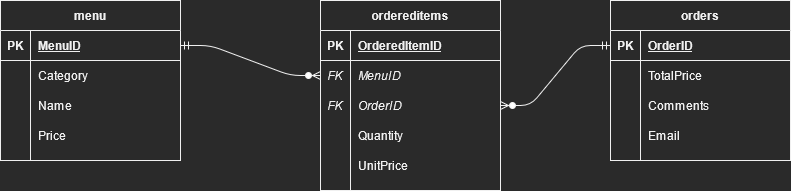
konradrydzak/PizzeriaAPP keeps this draw.io diagram as docs/PizzeriaAPP-ERD.png. Above is the earlier version. Source tidied: cells renumbered, new cells last; positions are measured from the earlier drawing's top-left corner, leaving out a move shared by most shapes. Source of this version:
```xml
<mxGraphModel>
  <root>
    <mxCell id="0" />
    <mxCell id="1" parent="0" />
    <mxCell id="2" value="menu" style="shape=table;startSize=30;rowLines=0;fontStyle=1;align=center;" parent="1" vertex="1">
      <mxGeometry width="180" height="160" as="geometry" />
    </mxCell>
    <mxCell id="3" style="shape=partialRectangle;fillColor=none;top=0;left=0;bottom=1;right=0;points=[[0,0.5],[1,0.5]];portConstraint=eastwest;" parent="2" vertex="1">
      <mxGeometry y="30" width="180" height="30" as="geometry" />
    </mxCell>
    <mxCell id="4" value="PK" style="shape=partialRectangle;fillColor=none;top=0;left=0;bottom=0;right=0;fontStyle=1;overflow=hidden;" parent="3" vertex="1">
      <mxGeometry width="30" height="30" as="geometry" />
    </mxCell>
    <mxCell id="5" value="MenuID" style="shape=partialRectangle;fillColor=none;top=0;left=0;bottom=0;right=0;align=left;spacingLeft=6;fontStyle=5;overflow=hidden;" parent="3" vertex="1">
      <mxGeometry x="30" width="150" height="30" as="geometry" />
    </mxCell>
    <mxCell id="6" style="shape=partialRectangle;fillColor=none;top=0;left=0;bottom=0;right=0;" parent="2" vertex="1">
      <mxGeometry y="60" width="180" height="30" as="geometry" />
    </mxCell>
    <mxCell id="7" style="shape=partialRectangle;fillColor=none;top=0;left=0;bottom=0;right=0;overflow=hidden;" parent="6" vertex="1">
      <mxGeometry width="30" height="30" as="geometry" />
    </mxCell>
    <mxCell id="8" value="Category" style="shape=partialRectangle;fillColor=none;top=0;left=0;bottom=0;right=0;align=left;spacingLeft=6;overflow=hidden;" parent="6" vertex="1">
      <mxGeometry x="30" width="150" height="30" as="geometry" />
    </mxCell>
    <mxCell id="9" style="shape=partialRectangle;fillColor=none;top=0;left=0;bottom=0;right=0;" parent="2" vertex="1">
      <mxGeometry y="90" width="180" height="30" as="geometry" />
    </mxCell>
    <mxCell id="10" style="shape=partialRectangle;fillColor=none;top=0;left=0;bottom=0;right=0;overflow=hidden;" parent="9" vertex="1">
      <mxGeometry width="30" height="30" as="geometry" />
    </mxCell>
    <mxCell id="11" value="Name" style="shape=partialRectangle;fillColor=none;top=0;left=0;bottom=0;right=0;align=left;spacingLeft=6;overflow=hidden;" parent="9" vertex="1">
      <mxGeometry x="30" width="150" height="30" as="geometry" />
    </mxCell>
    <mxCell id="12" style="shape=partialRectangle;fillColor=none;top=0;left=0;bottom=0;right=0;" parent="2" vertex="1">
      <mxGeometry y="120" width="180" height="30" as="geometry" />
    </mxCell>
    <mxCell id="13" style="shape=partialRectangle;fillColor=none;top=0;left=0;bottom=0;right=0;overflow=hidden;" parent="12" vertex="1">
      <mxGeometry width="30" height="30" as="geometry" />
    </mxCell>
    <mxCell id="14" value="Price" style="shape=partialRectangle;fillColor=none;top=0;left=0;bottom=0;right=0;align=left;spacingLeft=6;overflow=hidden;" parent="12" vertex="1">
      <mxGeometry x="30" width="150" height="30" as="geometry" />
    </mxCell>
    <mxCell id="15" value="orders" style="shape=table;startSize=30;rowLines=0;fontStyle=1;align=center;" parent="1" vertex="1">
      <mxGeometry x="610" width="180" height="160" as="geometry" />
    </mxCell>
    <mxCell id="16" style="shape=partialRectangle;fillColor=none;top=0;left=0;bottom=1;right=0;points=[[0,0.5],[1,0.5]];portConstraint=eastwest;" parent="15" vertex="1">
      <mxGeometry y="30" width="180" height="30" as="geometry" />
    </mxCell>
    <mxCell id="17" value="PK" style="shape=partialRectangle;fillColor=none;top=0;left=0;bottom=0;right=0;fontStyle=1;overflow=hidden;" parent="16" vertex="1">
      <mxGeometry width="30" height="30" as="geometry" />
    </mxCell>
    <mxCell id="18" value="OrderID" style="shape=partialRectangle;fillColor=none;top=0;left=0;bottom=0;right=0;align=left;spacingLeft=6;fontStyle=5;overflow=hidden;" parent="16" vertex="1">
      <mxGeometry x="30" width="150" height="30" as="geometry" />
    </mxCell>
    <mxCell id="19" style="shape=partialRectangle;fillColor=none;top=0;left=0;bottom=0;right=0;" parent="15" vertex="1">
      <mxGeometry y="60" width="180" height="30" as="geometry" />
    </mxCell>
    <mxCell id="20" style="shape=partialRectangle;fillColor=none;top=0;left=0;bottom=0;right=0;overflow=hidden;" parent="19" vertex="1">
      <mxGeometry width="30" height="30" as="geometry" />
    </mxCell>
    <mxCell id="21" value="TotalPrice" style="shape=partialRectangle;fillColor=none;top=0;left=0;bottom=0;right=0;align=left;spacingLeft=6;overflow=hidden;" parent="19" vertex="1">
      <mxGeometry x="30" width="150" height="30" as="geometry" />
    </mxCell>
    <mxCell id="22" style="shape=partialRectangle;fillColor=none;top=0;left=0;bottom=0;right=0;" parent="15" vertex="1">
      <mxGeometry y="90" width="180" height="30" as="geometry" />
    </mxCell>
    <mxCell id="23" style="shape=partialRectangle;fillColor=none;top=0;left=0;bottom=0;right=0;overflow=hidden;" parent="22" vertex="1">
      <mxGeometry width="30" height="30" as="geometry" />
    </mxCell>
    <mxCell id="24" value="Comments" style="shape=partialRectangle;fillColor=none;top=0;left=0;bottom=0;right=0;align=left;spacingLeft=6;overflow=hidden;" parent="22" vertex="1">
      <mxGeometry x="30" width="150" height="30" as="geometry" />
    </mxCell>
    <mxCell id="25" style="shape=partialRectangle;fillColor=none;top=0;left=0;bottom=0;right=0;" parent="15" vertex="1">
      <mxGeometry y="120" width="180" height="30" as="geometry" />
    </mxCell>
    <mxCell id="26" style="shape=partialRectangle;fillColor=none;top=0;left=0;bottom=0;right=0;overflow=hidden;" parent="25" vertex="1">
      <mxGeometry width="30" height="30" as="geometry" />
    </mxCell>
    <mxCell id="27" value="Email" style="shape=partialRectangle;fillColor=none;top=0;left=0;bottom=0;right=0;align=left;spacingLeft=6;overflow=hidden;" parent="25" vertex="1">
      <mxGeometry x="30" width="150" height="30" as="geometry" />
    </mxCell>
    <mxCell id="28" style="edgeStyle=entityRelationEdgeStyle;fontSize=12;html=1;endArrow=ERzeroToMany;startArrow=ERmandOne;exitX=1;exitY=0.5;exitDx=0;exitDy=0;" parent="1" edge="1" source="3" target="34">
      <mxGeometry relative="1" as="geometry" />
    </mxCell>
    <mxCell id="29" style="edgeStyle=entityRelationEdgeStyle;fontSize=12;html=1;endArrow=ERmandOne;startArrow=ERzeroToMany;startFill=1;endFill=0;entryX=0;entryY=0.5;entryDx=0;entryDy=0;" parent="1" edge="1" source="37" target="16">
      <mxGeometry relative="1" as="geometry" />
    </mxCell>
    <mxCell id="30" value="ordereditems" style="shape=table;startSize=30;rowLines=0;fontStyle=1;align=center;" parent="1" vertex="1">
      <mxGeometry x="320" width="180" height="190" as="geometry" />
    </mxCell>
    <mxCell id="31" style="shape=partialRectangle;fillColor=none;top=0;left=0;bottom=0;right=0;" parent="30" vertex="1">
      <mxGeometry y="30" width="180" height="30" as="geometry" />
    </mxCell>
    <mxCell id="32" value="PK" style="shape=partialRectangle;fillColor=none;top=0;left=0;bottom=1;right=0;overflow=hidden;fontStyle=1;" parent="31" vertex="1">
      <mxGeometry width="30" height="30" as="geometry" />
    </mxCell>
    <mxCell id="33" value="OrderedItemID" style="shape=partialRectangle;fillColor=none;top=0;left=0;bottom=1;right=0;align=left;spacingLeft=6;overflow=hidden;fontStyle=5;" parent="31" vertex="1">
      <mxGeometry x="30" width="150" height="30" as="geometry" />
    </mxCell>
    <mxCell id="34" style="shape=partialRectangle;fillColor=none;top=0;left=0;bottom=0;right=0;points=[[0,0.5],[1,0.5]];portConstraint=eastwest;" parent="30" vertex="1">
      <mxGeometry y="60" width="180" height="30" as="geometry" />
    </mxCell>
    <mxCell id="35" value="FK" style="shape=partialRectangle;fillColor=none;top=0;left=0;bottom=0;right=0;overflow=hidden;fontStyle=2;" parent="34" vertex="1">
      <mxGeometry width="30" height="30" as="geometry" />
    </mxCell>
    <mxCell id="36" value="MenuID" style="shape=partialRectangle;fillColor=none;top=0;left=0;bottom=0;right=0;align=left;spacingLeft=6;overflow=hidden;fontStyle=2;" parent="34" vertex="1">
      <mxGeometry x="30" width="150" height="30" as="geometry" />
    </mxCell>
    <mxCell id="37" style="shape=partialRectangle;fillColor=none;top=0;left=0;bottom=0;right=0;points=[[0,0.5],[1,0.5]];portConstraint=eastwest;" parent="30" vertex="1">
      <mxGeometry y="90" width="180" height="30" as="geometry" />
    </mxCell>
    <mxCell id="38" value="FK" style="shape=partialRectangle;fillColor=none;top=0;left=0;bottom=0;right=0;overflow=hidden;fontStyle=2;" parent="37" vertex="1">
      <mxGeometry width="30" height="30" as="geometry" />
    </mxCell>
    <mxCell id="39" value="OrderID" style="shape=partialRectangle;fillColor=none;top=0;left=0;bottom=0;right=0;align=left;spacingLeft=6;overflow=hidden;fontStyle=2;" parent="37" vertex="1">
      <mxGeometry x="30" width="150" height="30" as="geometry" />
    </mxCell>
    <mxCell id="40" style="shape=partialRectangle;fillColor=none;top=0;left=0;bottom=0;right=0;" parent="30" vertex="1">
      <mxGeometry y="120" width="180" height="30" as="geometry" />
    </mxCell>
    <mxCell id="41" style="shape=partialRectangle;fillColor=none;top=0;left=0;bottom=0;right=0;overflow=hidden;" parent="40" vertex="1">
      <mxGeometry width="30" height="30" as="geometry" />
    </mxCell>
    <mxCell id="42" value="Quantity" style="shape=partialRectangle;fillColor=none;top=0;left=0;bottom=0;right=0;align=left;spacingLeft=6;overflow=hidden;" parent="40" vertex="1">
      <mxGeometry x="30" width="150" height="30" as="geometry" />
    </mxCell>
    <mxCell id="43" style="shape=partialRectangle;fillColor=none;top=0;left=0;bottom=0;right=0;" parent="30" vertex="1">
      <mxGeometry y="150" width="180" height="30" as="geometry" />
    </mxCell>
    <mxCell id="44" style="shape=partialRectangle;fillColor=none;top=0;left=0;bottom=0;right=0;overflow=hidden;" parent="43" vertex="1">
      <mxGeometry width="30" height="30" as="geometry" />
    </mxCell>
    <mxCell id="45" value="UnitPrice" style="shape=partialRectangle;fillColor=none;top=0;left=0;bottom=0;right=0;align=left;spacingLeft=6;overflow=hidden;" parent="43" vertex="1">
      <mxGeometry x="30" width="150" height="30" as="geometry" />
    </mxCell>
  </root>
</mxGraphModel>
```
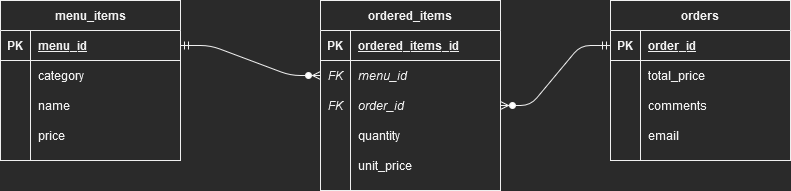
Above is the later version.

Commit message:
ERD with changed naming convention

What changed in the source:
```diff
@@ -2,7 +2,7 @@
   <root>
     <mxCell id="0" />
     <mxCell id="1" parent="0" />
-    <mxCell id="2" value="menu" style="shape=table;startSize=30;rowLines=0;fontStyle=1;align=center;" parent="1" vertex="1">
+    <mxCell id="2" value="menu_items" style="shape=table;startSize=30;rowLines=0;fontStyle=1;align=center;" parent="1" vertex="1">
       <mxGeometry width="180" height="160" as="geometry" />
     </mxCell>
     <mxCell id="3" style="shape=partialRectangle;fillColor=none;top=0;left=0;bottom=1;right=0;points=[[0,0.5],[1,0.5]];portConstraint=eastwest;" parent="2" vertex="1">
@@ -11,7 +11,7 @@
     <mxCell id="4" value="PK" style="shape=partialRectangle;fillColor=none;top=0;left=0;bottom=0;right=0;fontStyle=1;overflow=hidden;" parent="3" vertex="1">
       <mxGeometry width="30" height="30" as="geometry" />
     </mxCell>
-    <mxCell id="5" value="MenuID" style="shape=partialRectangle;fillColor=none;top=0;left=0;bottom=0;right=0;align=left;spacingLeft=6;fontStyle=5;overflow=hidden;" parent="3" vertex="1">
+    <mxCell id="5" value="menu_id" style="shape=partialRectangle;fillColor=none;top=0;left=0;bottom=0;right=0;align=left;spacingLeft=6;fontStyle=5;overflow=hidden;" parent="3" vertex="1">
       <mxGeometry x="30" width="150" height="30" as="geometry" />
     </mxCell>
     <mxCell id="6" style="shape=partialRectangle;fillColor=none;top=0;left=0;bottom=0;right=0;" parent="2" vertex="1">
@@ -20,7 +20,7 @@
     <mxCell id="7" style="shape=partialRectangle;fillColor=none;top=0;left=0;bottom=0;right=0;overflow=hidden;" parent="6" vertex="1">
       <mxGeometry width="30" height="30" as="geometry" />
     </mxCell>
-    <mxCell id="8" value="Category" style="shape=partialRectangle;fillColor=none;top=0;left=0;bottom=0;right=0;align=left;spacingLeft=6;overflow=hidden;" parent="6" vertex="1">
+    <mxCell id="8" value="category" style="shape=partialRectangle;fillColor=none;top=0;left=0;bottom=0;right=0;align=left;spacingLeft=6;overflow=hidden;" parent="6" vertex="1">
       <mxGeometry x="30" width="150" height="30" as="geometry" />
     </mxCell>
     <mxCell id="9" style="shape=partialRectangle;fillColor=none;top=0;left=0;bottom=0;right=0;" parent="2" vertex="1">
@@ -29,7 +29,7 @@
     <mxCell id="10" style="shape=partialRectangle;fillColor=none;top=0;left=0;bottom=0;right=0;overflow=hidden;" parent="9" vertex="1">
       <mxGeometry width="30" height="30" as="geometry" />
     </mxCell>
-    <mxCell id="11" value="Name" style="shape=partialRectangle;fillColor=none;top=0;left=0;bottom=0;right=0;align=left;spacingLeft=6;overflow=hidden;" parent="9" vertex="1">
+    <mxCell id="11" value="name" style="shape=partialRectangle;fillColor=none;top=0;left=0;bottom=0;right=0;align=left;spacingLeft=6;overflow=hidden;" parent="9" vertex="1">
       <mxGeometry x="30" width="150" height="30" as="geometry" />
     </mxCell>
     <mxCell id="12" style="shape=partialRectangle;fillColor=none;top=0;left=0;bottom=0;right=0;" parent="2" vertex="1">
@@ -38,7 +38,7 @@
     <mxCell id="13" style="shape=partialRectangle;fillColor=none;top=0;left=0;bottom=0;right=0;overflow=hidden;" parent="12" vertex="1">
       <mxGeometry width="30" height="30" as="geometry" />
     </mxCell>
-    <mxCell id="14" value="Price" style="shape=partialRectangle;fillColor=none;top=0;left=0;bottom=0;right=0;align=left;spacingLeft=6;overflow=hidden;" parent="12" vertex="1">
+    <mxCell id="14" value="price" style="shape=partialRectangle;fillColor=none;top=0;left=0;bottom=0;right=0;align=left;spacingLeft=6;overflow=hidden;" parent="12" vertex="1">
       <mxGeometry x="30" width="150" height="30" as="geometry" />
     </mxCell>
     <mxCell id="15" value="orders" style="shape=table;startSize=30;rowLines=0;fontStyle=1;align=center;" parent="1" vertex="1">
@@ -50,7 +50,7 @@
     <mxCell id="17" value="PK" style="shape=partialRectangle;fillColor=none;top=0;left=0;bottom=0;right=0;fontStyle=1;overflow=hidden;" parent="16" vertex="1">
       <mxGeometry width="30" height="30" as="geometry" />
     </mxCell>
-    <mxCell id="18" value="OrderID" style="shape=partialRectangle;fillColor=none;top=0;left=0;bottom=0;right=0;align=left;spacingLeft=6;fontStyle=5;overflow=hidden;" parent="16" vertex="1">
+    <mxCell id="18" value="order_id" style="shape=partialRectangle;fillColor=none;top=0;left=0;bottom=0;right=0;align=left;spacingLeft=6;fontStyle=5;overflow=hidden;" parent="16" vertex="1">
       <mxGeometry x="30" width="150" height="30" as="geometry" />
     </mxCell>
     <mxCell id="19" style="shape=partialRectangle;fillColor=none;top=0;left=0;bottom=0;right=0;" parent="15" vertex="1">
@@ -59,7 +59,7 @@
     <mxCell id="20" style="shape=partialRectangle;fillColor=none;top=0;left=0;bottom=0;right=0;overflow=hidden;" parent="19" vertex="1">
       <mxGeometry width="30" height="30" as="geometry" />
     </mxCell>
-    <mxCell id="21" value="TotalPrice" style="shape=partialRectangle;fillColor=none;top=0;left=0;bottom=0;right=0;align=left;spacingLeft=6;overflow=hidden;" parent="19" vertex="1">
+    <mxCell id="21" value="total_price" style="shape=partialRectangle;fillColor=none;top=0;left=0;bottom=0;right=0;align=left;spacingLeft=6;overflow=hidden;" parent="19" vertex="1">
       <mxGeometry x="30" width="150" height="30" as="geometry" />
     </mxCell>
     <mxCell id="22" style="shape=partialRectangle;fillColor=none;top=0;left=0;bottom=0;right=0;" parent="15" vertex="1">
@@ -68,7 +68,7 @@
     <mxCell id="23" style="shape=partialRectangle;fillColor=none;top=0;left=0;bottom=0;right=0;overflow=hidden;" parent="22" vertex="1">
       <mxGeometry width="30" height="30" as="geometry" />
     </mxCell>
-    <mxCell id="24" value="Comments" style="shape=partialRectangle;fillColor=none;top=0;left=0;bottom=0;right=0;align=left;spacingLeft=6;overflow=hidden;" parent="22" vertex="1">
+    <mxCell id="24" value="comments" style="shape=partialRectangle;fillColor=none;top=0;left=0;bottom=0;right=0;align=left;spacingLeft=6;overflow=hidden;" parent="22" vertex="1">
       <mxGeometry x="30" width="150" height="30" as="geometry" />
     </mxCell>
     <mxCell id="25" style="shape=partialRectangle;fillColor=none;top=0;left=0;bottom=0;right=0;" parent="15" vertex="1">
@@ -77,7 +77,7 @@
     <mxCell id="26" style="shape=partialRectangle;fillColor=none;top=0;left=0;bottom=0;right=0;overflow=hidden;" parent="25" vertex="1">
       <mxGeometry width="30" height="30" as="geometry" />
     </mxCell>
-    <mxCell id="27" value="Email" style="shape=partialRectangle;fillColor=none;top=0;left=0;bottom=0;right=0;align=left;spacingLeft=6;overflow=hidden;" parent="25" vertex="1">
+    <mxCell id="27" value="email" style="shape=partialRectangle;fillColor=none;top=0;left=0;bottom=0;right=0;align=left;spacingLeft=6;overflow=hidden;" parent="25" vertex="1">
       <mxGeometry x="30" width="150" height="30" as="geometry" />
     </mxCell>
     <mxCell id="28" style="edgeStyle=entityRelationEdgeStyle;fontSize=12;html=1;endArrow=ERzeroToMany;startArrow=ERmandOne;exitX=1;exitY=0.5;exitDx=0;exitDy=0;" parent="1" edge="1" source="3" target="34">
@@ -86,7 +86,7 @@
     <mxCell id="29" style="edgeStyle=entityRelationEdgeStyle;fontSize=12;html=1;endArrow=ERmandOne;startArrow=ERzeroToMany;startFill=1;endFill=0;entryX=0;entryY=0.5;entryDx=0;entryDy=0;" parent="1" edge="1" source="37" target="16">
       <mxGeometry relative="1" as="geometry" />
     </mxCell>
-    <mxCell id="30" value="ordereditems" style="shape=table;startSize=30;rowLines=0;fontStyle=1;align=center;" parent="1" vertex="1">
+    <mxCell id="30" value="ordered_items" style="shape=table;startSize=30;rowLines=0;fontStyle=1;align=center;" parent="1" vertex="1">
       <mxGeometry x="320" width="180" height="190" as="geometry" />
     </mxCell>
     <mxCell id="31" style="shape=partialRectangle;fillColor=none;top=0;left=0;bottom=0;right=0;" parent="30" vertex="1">
@@ -95,7 +95,7 @@
     <mxCell id="32" value="PK" style="shape=partialRectangle;fillColor=none;top=0;left=0;bottom=1;right=0;overflow=hidden;fontStyle=1;" parent="31" vertex="1">
       <mxGeometry width="30" height="30" as="geometry" />
     </mxCell>
-    <mxCell id="33" value="OrderedItemID" style="shape=partialRectangle;fillColor=none;top=0;left=0;bottom=1;right=0;align=left;spacingLeft=6;overflow=hidden;fontStyle=5;" parent="31" vertex="1">
+    <mxCell id="33" value="ordered_items_id" style="shape=partialRectangle;fillColor=none;top=0;left=0;bottom=1;right=0;align=left;spacingLeft=6;overflow=hidden;fontStyle=5;" parent="31" vertex="1">
       <mxGeometry x="30" width="150" height="30" as="geometry" />
     </mxCell>
     <mxCell id="34" style="shape=partialRectangle;fillColor=none;top=0;left=0;bottom=0;right=0;points=[[0,0.5],[1,0.5]];portConstraint=eastwest;" parent="30" vertex="1">
@@ -104,7 +104,7 @@
     <mxCell id="35" value="FK" style="shape=partialRectangle;fillColor=none;top=0;left=0;bottom=0;right=0;overflow=hidden;fontStyle=2;" parent="34" vertex="1">
       <mxGeometry width="30" height="30" as="geometry" />
     </mxCell>
-    <mxCell id="36" value="MenuID" style="shape=partialRectangle;fillColor=none;top=0;left=0;bottom=0;right=0;align=left;spacingLeft=6;overflow=hidden;fontStyle=2;" parent="34" vertex="1">
+    <mxCell id="36" value="menu_id" style="shape=partialRectangle;fillColor=none;top=0;left=0;bottom=0;right=0;align=left;spacingLeft=6;overflow=hidden;fontStyle=2;" parent="34" vertex="1">
       <mxGeometry x="30" width="150" height="30" as="geometry" />
     </mxCell>
     <mxCell id="37" style="shape=partialRectangle;fillColor=none;top=0;left=0;bottom=0;right=0;points=[[0,0.5],[1,0.5]];portConstraint=eastwest;" parent="30" vertex="1">
@@ -113,7 +113,7 @@
     <mxCell id="38" value="FK" style="shape=partialRectangle;fillColor=none;top=0;left=0;bottom=0;right=0;overflow=hidden;fontStyle=2;" parent="37" vertex="1">
       <mxGeometry width="30" height="30" as="geometry" />
     </mxCell>
-    <mxCell id="39" value="OrderID" style="shape=partialRectangle;fillColor=none;top=0;left=0;bottom=0;right=0;align=left;spacingLeft=6;overflow=hidden;fontStyle=2;" parent="37" vertex="1">
+    <mxCell id="39" value="order_id" style="shape=partialRectangle;fillColor=none;top=0;left=0;bottom=0;right=0;align=left;spacingLeft=6;overflow=hidden;fontStyle=2;" parent="37" vertex="1">
       <mxGeometry x="30" width="150" height="30" as="geometry" />
     </mxCell>
     <mxCell id="40" style="shape=partialRectangle;fillColor=none;top=0;left=0;bottom=0;right=0;" parent="30" vertex="1">
@@ -122,7 +122,7 @@
     <mxCell id="41" style="shape=partialRectangle;fillColor=none;top=0;left=0;bottom=0;right=0;overflow=hidden;" parent="40" vertex="1">
       <mxGeometry width="30" height="30" as="geometry" />
     </mxCell>
-    <mxCell id="42" value="Quantity" style="shape=partialRectangle;fillColor=none;top=0;left=0;bottom=0;right=0;align=left;spacingLeft=6;overflow=hidden;" parent="40" vertex="1">
+    <mxCell id="42" value="quantity" style="shape=partialRectangle;fillColor=none;top=0;left=0;bottom=0;right=0;align=left;spacingLeft=6;overflow=hidden;" parent="40" vertex="1">
       <mxGeometry x="30" width="150" height="30" as="geometry" />
     </mxCell>
     <mxCell id="43" style="shape=partialRectangle;fillColor=none;top=0;left=0;bottom=0;right=0;" parent="30" vertex="1">
@@ -131,7 +131,7 @@
     <mxCell id="44" style="shape=partialRectangle;fillColor=none;top=0;left=0;bottom=0;right=0;overflow=hidden;" parent="43" vertex="1">
       <mxGeometry width="30" height="30" as="geometry" />
     </mxCell>
-    <mxCell id="45" value="UnitPrice" style="shape=partialRectangle;fillColor=none;top=0;left=0;bottom=0;right=0;align=left;spacingLeft=6;overflow=hidden;" parent="43" vertex="1">
+    <mxCell id="45" value="unit_price" style="shape=partialRectangle;fillColor=none;top=0;left=0;bottom=0;right=0;align=left;spacingLeft=6;overflow=hidden;" parent="43" vertex="1">
       <mxGeometry x="30" width="150" height="30" as="geometry" />
     </mxCell>
   </root>
```
